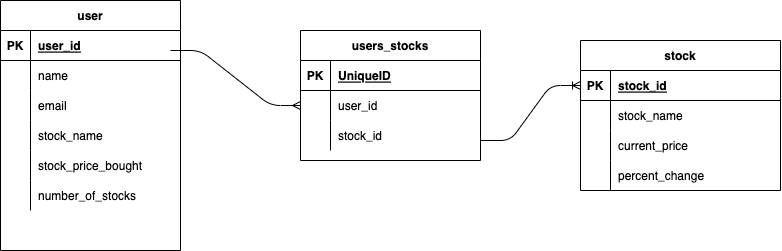
Earlier version of the draw.io export images/ERD.png (tylerchan33/StockTracker). Source tidied: cells renumbered, new cells last; positions are measured from the earlier drawing's top-left corner, leaving out a move shared by most shapes. Its diagram source:
```xml
<mxGraphModel>
  <root>
    <mxCell id="0" />
    <mxCell id="1" parent="0" />
    <mxCell id="2" value="user" style="shape=table;startSize=30;rowLines=0;fontStyle=1;align=center;" parent="1" vertex="1">
      <mxGeometry width="180" height="250" as="geometry" />
    </mxCell>
    <mxCell id="3" style="shape=partialRectangle;fillColor=none;top=0;left=0;bottom=1;right=0;points=[[0,0.5],[1,0.5]];portConstraint=eastwest;" parent="2" vertex="1">
      <mxGeometry y="30" width="180" height="30" as="geometry" />
    </mxCell>
    <mxCell id="4" value="PK" style="shape=partialRectangle;fillColor=none;top=0;left=0;bottom=0;right=0;fontStyle=1;overflow=hidden;" parent="3" vertex="1">
      <mxGeometry width="30" height="30" as="geometry" />
    </mxCell>
    <mxCell id="5" value="user_id" style="shape=partialRectangle;fillColor=none;top=0;left=0;bottom=0;right=0;align=left;spacingLeft=6;fontStyle=5;overflow=hidden;" parent="3" vertex="1">
      <mxGeometry x="30" width="150" height="30" as="geometry" />
    </mxCell>
    <mxCell id="6" style="shape=partialRectangle;fillColor=none;top=0;left=0;bottom=0;right=0;" parent="2" vertex="1">
      <mxGeometry y="60" width="180" height="30" as="geometry" />
    </mxCell>
    <mxCell id="7" style="shape=partialRectangle;fillColor=none;top=0;left=0;bottom=0;right=0;overflow=hidden;" parent="6" vertex="1">
      <mxGeometry width="30" height="30" as="geometry" />
    </mxCell>
    <mxCell id="8" value="name" style="shape=partialRectangle;fillColor=none;top=0;left=0;bottom=0;right=0;align=left;spacingLeft=6;overflow=hidden;" parent="6" vertex="1">
      <mxGeometry x="30" width="150" height="30" as="geometry" />
    </mxCell>
    <mxCell id="9" style="shape=partialRectangle;fillColor=none;top=0;left=0;bottom=0;right=0;" parent="2" vertex="1">
      <mxGeometry y="90" width="180" height="30" as="geometry" />
    </mxCell>
    <mxCell id="10" style="shape=partialRectangle;fillColor=none;top=0;left=0;bottom=0;right=0;overflow=hidden;" parent="9" vertex="1">
      <mxGeometry width="30" height="30" as="geometry" />
    </mxCell>
    <mxCell id="11" value="email" style="shape=partialRectangle;fillColor=none;top=0;left=0;bottom=0;right=0;align=left;spacingLeft=6;overflow=hidden;" parent="9" vertex="1">
      <mxGeometry x="30" width="150" height="30" as="geometry" />
    </mxCell>
    <mxCell id="12" style="shape=partialRectangle;fillColor=none;top=0;left=0;bottom=0;right=0;" parent="2" vertex="1">
      <mxGeometry y="120" width="180" height="30" as="geometry" />
    </mxCell>
    <mxCell id="13" style="shape=partialRectangle;fillColor=none;top=0;left=0;bottom=0;right=0;overflow=hidden;" parent="12" vertex="1">
      <mxGeometry width="30" height="30" as="geometry" />
    </mxCell>
    <mxCell id="14" value="stock_name" style="shape=partialRectangle;fillColor=none;top=0;left=0;bottom=0;right=0;align=left;spacingLeft=6;overflow=hidden;" parent="12" vertex="1">
      <mxGeometry x="30" width="150" height="30" as="geometry" />
    </mxCell>
    <mxCell id="15" style="shape=partialRectangle;fillColor=none;top=0;left=0;bottom=0;right=0;" parent="2" vertex="1">
      <mxGeometry y="150" width="180" height="30" as="geometry" />
    </mxCell>
    <mxCell id="16" style="shape=partialRectangle;fillColor=none;top=0;left=0;bottom=0;right=0;overflow=hidden;" parent="15" vertex="1">
      <mxGeometry width="30" height="30" as="geometry" />
    </mxCell>
    <mxCell id="17" value="stock_price_bought" style="shape=partialRectangle;fillColor=none;top=0;left=0;bottom=0;right=0;align=left;spacingLeft=6;overflow=hidden;" parent="15" vertex="1">
      <mxGeometry x="30" width="150" height="30" as="geometry" />
    </mxCell>
    <mxCell id="18" style="shape=partialRectangle;fillColor=none;top=0;left=0;bottom=0;right=0;" parent="2" vertex="1">
      <mxGeometry y="180" width="180" height="30" as="geometry" />
    </mxCell>
    <mxCell id="19" style="shape=partialRectangle;fillColor=none;top=0;left=0;bottom=0;right=0;overflow=hidden;" parent="18" vertex="1">
      <mxGeometry width="30" height="30" as="geometry" />
    </mxCell>
    <mxCell id="20" value="number_of_stocks" style="shape=partialRectangle;fillColor=none;top=0;left=0;bottom=0;right=0;align=left;spacingLeft=6;overflow=hidden;" parent="18" vertex="1">
      <mxGeometry x="30" width="150" height="30" as="geometry" />
    </mxCell>
    <mxCell id="21" value="stock" style="shape=table;startSize=30;rowLines=0;fontStyle=1;align=center;" parent="1" vertex="1">
      <mxGeometry x="580" y="40" width="200" height="150" as="geometry" />
    </mxCell>
    <mxCell id="22" style="shape=partialRectangle;fillColor=none;top=0;left=0;bottom=1;right=0;points=[[0,0.5],[1,0.5]];portConstraint=eastwest;" parent="21" vertex="1">
      <mxGeometry y="30" width="200" height="30" as="geometry" />
    </mxCell>
    <mxCell id="23" value="PK" style="shape=partialRectangle;fillColor=none;top=0;left=0;bottom=0;right=0;fontStyle=1;overflow=hidden;" parent="22" vertex="1">
      <mxGeometry width="30" height="30" as="geometry" />
    </mxCell>
    <mxCell id="24" value="stock_id" style="shape=partialRectangle;fillColor=none;top=0;left=0;bottom=0;right=0;align=left;spacingLeft=6;fontStyle=5;overflow=hidden;" parent="22" vertex="1">
      <mxGeometry x="30" width="170" height="30" as="geometry" />
    </mxCell>
    <mxCell id="25" style="shape=partialRectangle;fillColor=none;top=0;left=0;bottom=0;right=0;" parent="21" vertex="1">
      <mxGeometry y="60" width="200" height="30" as="geometry" />
    </mxCell>
    <mxCell id="26" style="shape=partialRectangle;fillColor=none;top=0;left=0;bottom=0;right=0;overflow=hidden;" parent="25" vertex="1">
      <mxGeometry width="30" height="30" as="geometry" />
    </mxCell>
    <mxCell id="27" value="stock_name" style="shape=partialRectangle;fillColor=none;top=0;left=0;bottom=0;right=0;align=left;spacingLeft=6;overflow=hidden;" parent="25" vertex="1">
      <mxGeometry x="30" width="170" height="30" as="geometry" />
    </mxCell>
    <mxCell id="28" style="shape=partialRectangle;fillColor=none;top=0;left=0;bottom=0;right=0;" parent="21" vertex="1">
      <mxGeometry y="90" width="200" height="30" as="geometry" />
    </mxCell>
    <mxCell id="29" style="shape=partialRectangle;fillColor=none;top=0;left=0;bottom=0;right=0;overflow=hidden;" parent="28" vertex="1">
      <mxGeometry width="30" height="30" as="geometry" />
    </mxCell>
    <mxCell id="30" value="current_price" style="shape=partialRectangle;fillColor=none;top=0;left=0;bottom=0;right=0;align=left;spacingLeft=6;overflow=hidden;" parent="28" vertex="1">
      <mxGeometry x="30" width="170" height="30" as="geometry" />
    </mxCell>
    <mxCell id="31" style="shape=partialRectangle;fillColor=none;top=0;left=0;bottom=0;right=0;" parent="21" vertex="1">
      <mxGeometry y="120" width="200" height="30" as="geometry" />
    </mxCell>
    <mxCell id="32" style="shape=partialRectangle;fillColor=none;top=0;left=0;bottom=0;right=0;overflow=hidden;" parent="31" vertex="1">
      <mxGeometry width="30" height="30" as="geometry" />
    </mxCell>
    <mxCell id="33" value="percent_change" style="shape=partialRectangle;fillColor=none;top=0;left=0;bottom=0;right=0;align=left;spacingLeft=6;overflow=hidden;" parent="31" vertex="1">
      <mxGeometry x="30" width="170" height="30" as="geometry" />
    </mxCell>
    <mxCell id="34" value="users_stocks" style="shape=table;startSize=30;rowLines=0;fontStyle=1;align=center;" parent="1" vertex="1">
      <mxGeometry x="300" y="30" width="180" height="130" as="geometry" />
    </mxCell>
    <mxCell id="35" style="shape=partialRectangle;fillColor=none;top=0;left=0;bottom=1;right=0;" parent="34" vertex="1">
      <mxGeometry y="30" width="180" height="30" as="geometry" />
    </mxCell>
    <mxCell id="36" value="PK" style="shape=partialRectangle;fillColor=none;top=0;left=0;bottom=0;right=0;fontStyle=1;overflow=hidden;" parent="35" vertex="1">
      <mxGeometry width="30" height="30" as="geometry" />
    </mxCell>
    <mxCell id="37" value="UniqueID" style="shape=partialRectangle;fillColor=none;top=0;left=0;bottom=0;right=0;align=left;spacingLeft=6;fontStyle=5;overflow=hidden;" parent="35" vertex="1">
      <mxGeometry x="30" width="150" height="30" as="geometry" />
    </mxCell>
    <mxCell id="38" style="shape=partialRectangle;fillColor=none;top=0;left=0;bottom=0;right=0;points=[[0,0.5],[1,0.5]];portConstraint=eastwest;" parent="34" vertex="1">
      <mxGeometry y="60" width="180" height="30" as="geometry" />
    </mxCell>
    <mxCell id="39" style="shape=partialRectangle;fillColor=none;top=0;left=0;bottom=0;right=0;overflow=hidden;" parent="38" vertex="1">
      <mxGeometry width="30" height="30" as="geometry" />
    </mxCell>
    <mxCell id="40" value="user_id" style="shape=partialRectangle;fillColor=none;top=0;left=0;bottom=0;right=0;align=left;spacingLeft=6;overflow=hidden;" parent="38" vertex="1">
      <mxGeometry x="30" width="150" height="30" as="geometry" />
    </mxCell>
    <mxCell id="41" style="shape=partialRectangle;fillColor=none;top=0;left=0;bottom=0;right=0;" parent="34" vertex="1">
      <mxGeometry y="90" width="180" height="30" as="geometry" />
    </mxCell>
    <mxCell id="42" style="shape=partialRectangle;fillColor=none;top=0;left=0;bottom=0;right=0;overflow=hidden;" parent="41" vertex="1">
      <mxGeometry width="30" height="30" as="geometry" />
    </mxCell>
    <mxCell id="43" value="stock_id" style="shape=partialRectangle;fillColor=none;top=0;left=0;bottom=0;right=0;align=left;spacingLeft=6;overflow=hidden;" parent="41" vertex="1">
      <mxGeometry x="30" width="150" height="30" as="geometry" />
    </mxCell>
    <mxCell id="44" style="edgeStyle=entityRelationEdgeStyle;fontSize=12;html=1;endArrow=ERmany;endFill=0;entryX=0;entryY=0.5;entryDx=0;entryDy=0;" parent="1" edge="1" target="38">
      <mxGeometry relative="1" as="geometry">
        <mxPoint x="170" y="50" as="sourcePoint" />
      </mxGeometry>
    </mxCell>
    <mxCell id="45" style="edgeStyle=entityRelationEdgeStyle;fontSize=12;html=1;endArrow=ERoneToMany;" parent="1" edge="1" target="22">
      <mxGeometry relative="1" as="geometry">
        <mxPoint x="480" y="140" as="sourcePoint" />
      </mxGeometry>
    </mxCell>
  </root>
</mxGraphModel>
```
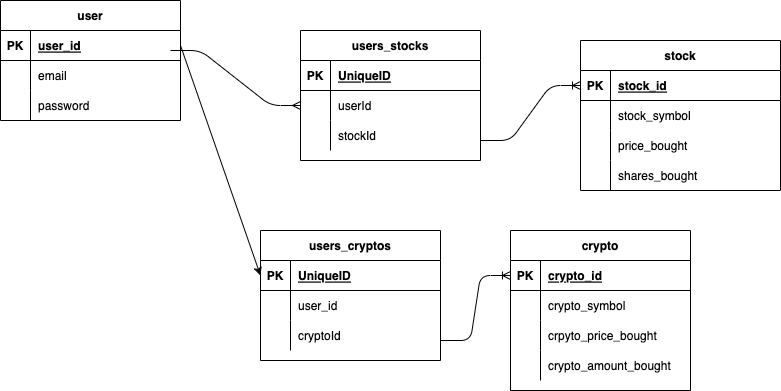
After the commit.

Diff of the diagram source:
```diff
@@ -3,7 +3,7 @@
     <mxCell id="0" />
     <mxCell id="1" parent="0" />
     <mxCell id="2" value="user" style="shape=table;startSize=30;rowLines=0;fontStyle=1;align=center;" parent="1" vertex="1">
-      <mxGeometry width="180" height="250" as="geometry" />
+      <mxGeometry width="180" height="120" as="geometry" />
     </mxCell>
     <mxCell id="3" style="shape=partialRectangle;fillColor=none;top=0;left=0;bottom=1;right=0;points=[[0,0.5],[1,0.5]];portConstraint=eastwest;" parent="2" vertex="1">
       <mxGeometry y="30" width="180" height="30" as="geometry" />
@@ -20,7 +20,7 @@
     <mxCell id="7" style="shape=partialRectangle;fillColor=none;top=0;left=0;bottom=0;right=0;overflow=hidden;" parent="6" vertex="1">
       <mxGeometry width="30" height="30" as="geometry" />
     </mxCell>
-    <mxCell id="8" value="name" style="shape=partialRectangle;fillColor=none;top=0;left=0;bottom=0;right=0;align=left;spacingLeft=6;overflow=hidden;" parent="6" vertex="1">
+    <mxCell id="8" value="email" style="shape=partialRectangle;fillColor=none;top=0;left=0;bottom=0;right=0;align=left;spacingLeft=6;overflow=hidden;" parent="6" vertex="1">
       <mxGeometry x="30" width="150" height="30" as="geometry" />
     </mxCell>
     <mxCell id="9" style="shape=partialRectangle;fillColor=none;top=0;left=0;bottom=0;right=0;" parent="2" vertex="1">
@@ -29,36 +29,9 @@
     <mxCell id="10" style="shape=partialRectangle;fillColor=none;top=0;left=0;bottom=0;right=0;overflow=hidden;" parent="9" vertex="1">
       <mxGeometry width="30" height="30" as="geometry" />
     </mxCell>
-    <mxCell id="11" value="email" style="shape=partialRectangle;fillColor=none;top=0;left=0;bottom=0;right=0;align=left;spacingLeft=6;overflow=hidden;" parent="9" vertex="1">
+    <mxCell id="11" value="password" style="shape=partialRectangle;fillColor=none;top=0;left=0;bottom=0;right=0;align=left;spacingLeft=6;overflow=hidden;" parent="9" vertex="1">
       <mxGeometry x="30" width="150" height="30" as="geometry" />
     </mxCell>
-    <mxCell id="12" style="shape=partialRectangle;fillColor=none;top=0;left=0;bottom=0;right=0;" parent="2" vertex="1">
-      <mxGeometry y="120" width="180" height="30" as="geometry" />
-    </mxCell>
-    <mxCell id="13" style="shape=partialRectangle;fillColor=none;top=0;left=0;bottom=0;right=0;overflow=hidden;" parent="12" vertex="1">
-      <mxGeometry width="30" height="30" as="geometry" />
-    </mxCell>
-    <mxCell id="14" value="stock_name" style="shape=partialRectangle;fillColor=none;top=0;left=0;bottom=0;right=0;align=left;spacingLeft=6;overflow=hidden;" parent="12" vertex="1">
-      <mxGeometry x="30" width="150" height="30" as="geometry" />
-    </mxCell>
-    <mxCell id="15" style="shape=partialRectangle;fillColor=none;top=0;left=0;bottom=0;right=0;" parent="2" vertex="1">
-      <mxGeometry y="150" width="180" height="30" as="geometry" />
-    </mxCell>
-    <mxCell id="16" style="shape=partialRectangle;fillColor=none;top=0;left=0;bottom=0;right=0;overflow=hidden;" parent="15" vertex="1">
-      <mxGeometry width="30" height="30" as="geometry" />
-    </mxCell>
-    <mxCell id="17" value="stock_price_bought" style="shape=partialRectangle;fillColor=none;top=0;left=0;bottom=0;right=0;align=left;spacingLeft=6;overflow=hidden;" parent="15" vertex="1">
-      <mxGeometry x="30" width="150" height="30" as="geometry" />
-    </mxCell>
-    <mxCell id="18" style="shape=partialRectangle;fillColor=none;top=0;left=0;bottom=0;right=0;" parent="2" vertex="1">
-      <mxGeometry y="180" width="180" height="30" as="geometry" />
-    </mxCell>
-    <mxCell id="19" style="shape=partialRectangle;fillColor=none;top=0;left=0;bottom=0;right=0;overflow=hidden;" parent="18" vertex="1">
-      <mxGeometry width="30" height="30" as="geometry" />
-    </mxCell>
-    <mxCell id="20" value="number_of_stocks" style="shape=partialRectangle;fillColor=none;top=0;left=0;bottom=0;right=0;align=left;spacingLeft=6;overflow=hidden;" parent="18" vertex="1">
-      <mxGeometry x="30" width="150" height="30" as="geometry" />
-    </mxCell>
     <mxCell id="21" value="stock" style="shape=table;startSize=30;rowLines=0;fontStyle=1;align=center;" parent="1" vertex="1">
       <mxGeometry x="580" y="40" width="200" height="150" as="geometry" />
     </mxCell>
@@ -77,7 +50,7 @@
     <mxCell id="26" style="shape=partialRectangle;fillColor=none;top=0;left=0;bottom=0;right=0;overflow=hidden;" parent="25" vertex="1">
       <mxGeometry width="30" height="30" as="geometry" />
     </mxCell>
-    <mxCell id="27" value="stock_name" style="shape=partialRectangle;fillColor=none;top=0;left=0;bottom=0;right=0;align=left;spacingLeft=6;overflow=hidden;" parent="25" vertex="1">
+    <mxCell id="27" value="stock_symbol" style="shape=partialRectangle;fillColor=none;top=0;left=0;bottom=0;right=0;align=left;spacingLeft=6;overflow=hidden;" parent="25" vertex="1">
       <mxGeometry x="30" width="170" height="30" as="geometry" />
     </mxCell>
     <mxCell id="28" style="shape=partialRectangle;fillColor=none;top=0;left=0;bottom=0;right=0;" parent="21" vertex="1">
@@ -86,7 +59,7 @@
     <mxCell id="29" style="shape=partialRectangle;fillColor=none;top=0;left=0;bottom=0;right=0;overflow=hidden;" parent="28" vertex="1">
       <mxGeometry width="30" height="30" as="geometry" />
     </mxCell>
-    <mxCell id="30" value="current_price" style="shape=partialRectangle;fillColor=none;top=0;left=0;bottom=0;right=0;align=left;spacingLeft=6;overflow=hidden;" parent="28" vertex="1">
+    <mxCell id="30" value="price_bought" style="shape=partialRectangle;fillColor=none;top=0;left=0;bottom=0;right=0;align=left;spacingLeft=6;overflow=hidden;" parent="28" vertex="1">
       <mxGeometry x="30" width="170" height="30" as="geometry" />
     </mxCell>
     <mxCell id="31" style="shape=partialRectangle;fillColor=none;top=0;left=0;bottom=0;right=0;" parent="21" vertex="1">
@@ -95,7 +68,7 @@
     <mxCell id="32" style="shape=partialRectangle;fillColor=none;top=0;left=0;bottom=0;right=0;overflow=hidden;" parent="31" vertex="1">
       <mxGeometry width="30" height="30" as="geometry" />
     </mxCell>
-    <mxCell id="33" value="percent_change" style="shape=partialRectangle;fillColor=none;top=0;left=0;bottom=0;right=0;align=left;spacingLeft=6;overflow=hidden;" parent="31" vertex="1">
+    <mxCell id="33" value="shares_bought" style="shape=partialRectangle;fillColor=none;top=0;left=0;bottom=0;right=0;align=left;spacingLeft=6;overflow=hidden;" parent="31" vertex="1">
       <mxGeometry x="30" width="170" height="30" as="geometry" />
     </mxCell>
     <mxCell id="34" value="users_stocks" style="shape=table;startSize=30;rowLines=0;fontStyle=1;align=center;" parent="1" vertex="1">
@@ -116,7 +89,7 @@
     <mxCell id="39" style="shape=partialRectangle;fillColor=none;top=0;left=0;bottom=0;right=0;overflow=hidden;" parent="38" vertex="1">
       <mxGeometry width="30" height="30" as="geometry" />
     </mxCell>
-    <mxCell id="40" value="user_id" style="shape=partialRectangle;fillColor=none;top=0;left=0;bottom=0;right=0;align=left;spacingLeft=6;overflow=hidden;" parent="38" vertex="1">
+    <mxCell id="40" value="userId" style="shape=partialRectangle;fillColor=none;top=0;left=0;bottom=0;right=0;align=left;spacingLeft=6;overflow=hidden;" parent="38" vertex="1">
       <mxGeometry x="30" width="150" height="30" as="geometry" />
     </mxCell>
     <mxCell id="41" style="shape=partialRectangle;fillColor=none;top=0;left=0;bottom=0;right=0;" parent="34" vertex="1">
@@ -125,7 +98,7 @@
     <mxCell id="42" style="shape=partialRectangle;fillColor=none;top=0;left=0;bottom=0;right=0;overflow=hidden;" parent="41" vertex="1">
       <mxGeometry width="30" height="30" as="geometry" />
     </mxCell>
-    <mxCell id="43" value="stock_id" style="shape=partialRectangle;fillColor=none;top=0;left=0;bottom=0;right=0;align=left;spacingLeft=6;overflow=hidden;" parent="41" vertex="1">
+    <mxCell id="43" value="stockId" style="shape=partialRectangle;fillColor=none;top=0;left=0;bottom=0;right=0;align=left;spacingLeft=6;overflow=hidden;" parent="41" vertex="1">
       <mxGeometry x="30" width="150" height="30" as="geometry" />
     </mxCell>
     <mxCell id="44" style="edgeStyle=entityRelationEdgeStyle;fontSize=12;html=1;endArrow=ERmany;endFill=0;entryX=0;entryY=0.5;entryDx=0;entryDy=0;" parent="1" edge="1" target="38">
@@ -138,5 +111,82 @@
         <mxPoint x="480" y="140" as="sourcePoint" />
       </mxGeometry>
     </mxCell>
+    <mxCell id="46" value="crypto" style="shape=table;startSize=30;rowLines=0;fontStyle=1;align=center;" parent="1" vertex="1">
+      <mxGeometry x="510" y="230" width="180" height="160" as="geometry" />
+    </mxCell>
+    <mxCell id="47" style="shape=partialRectangle;fillColor=none;top=0;left=0;bottom=1;right=0;points=[[0,0.5],[1,0.5]];portConstraint=eastwest;" parent="46" vertex="1">
+      <mxGeometry y="30" width="180" height="30" as="geometry" />
+    </mxCell>
+    <mxCell id="48" value="PK" style="shape=partialRectangle;fillColor=none;top=0;left=0;bottom=0;right=0;fontStyle=1;overflow=hidden;" parent="47" vertex="1">
+      <mxGeometry width="30" height="30" as="geometry" />
+    </mxCell>
+    <mxCell id="49" value="crypto_id" style="shape=partialRectangle;fillColor=none;top=0;left=0;bottom=0;right=0;align=left;spacingLeft=6;fontStyle=5;overflow=hidden;" parent="47" vertex="1">
+      <mxGeometry x="30" width="150" height="30" as="geometry" />
+    </mxCell>
+    <mxCell id="50" style="shape=partialRectangle;fillColor=none;top=0;left=0;bottom=0;right=0;" parent="46" vertex="1">
+      <mxGeometry y="60" width="180" height="30" as="geometry" />
+    </mxCell>
+    <mxCell id="51" style="shape=partialRectangle;fillColor=none;top=0;left=0;bottom=0;right=0;overflow=hidden;" parent="50" vertex="1">
+      <mxGeometry width="30" height="30" as="geometry" />
+    </mxCell>
+    <mxCell id="52" value="crypto_symbol" style="shape=partialRectangle;fillColor=none;top=0;left=0;bottom=0;right=0;align=left;spacingLeft=6;overflow=hidden;" parent="50" vertex="1">
+      <mxGeometry x="30" width="150" height="30" as="geometry" />
+    </mxCell>
+    <mxCell id="53" style="shape=partialRectangle;fillColor=none;top=0;left=0;bottom=0;right=0;" parent="46" vertex="1">
+      <mxGeometry y="90" width="180" height="30" as="geometry" />
+    </mxCell>
+    <mxCell id="54" style="shape=partialRectangle;fillColor=none;top=0;left=0;bottom=0;right=0;overflow=hidden;" parent="53" vertex="1">
+      <mxGeometry width="30" height="30" as="geometry" />
+    </mxCell>
+    <mxCell id="55" value="crpyto_price_bought" style="shape=partialRectangle;fillColor=none;top=0;left=0;bottom=0;right=0;align=left;spacingLeft=6;overflow=hidden;" parent="53" vertex="1">
+      <mxGeometry x="30" width="150" height="30" as="geometry" />
+    </mxCell>
+    <mxCell id="12" style="shape=partialRectangle;fillColor=none;top=0;left=0;bottom=0;right=0;" parent="46" vertex="1">
+      <mxGeometry y="120" width="180" height="30" as="geometry" />
+    </mxCell>
+    <mxCell id="56" style="shape=partialRectangle;fillColor=none;top=0;left=0;bottom=0;right=0;overflow=hidden;" parent="12" vertex="1">
+      <mxGeometry width="30" height="30" as="geometry" />
+    </mxCell>
+    <mxCell id="57" value="crypto_amount_bought" style="shape=partialRectangle;fillColor=none;top=0;left=0;bottom=0;right=0;align=left;spacingLeft=6;overflow=hidden;" parent="12" vertex="1">
+      <mxGeometry x="30" width="150" height="30" as="geometry" />
+    </mxCell>
+    <mxCell id="58" value="users_cryptos" style="shape=table;startSize=30;rowLines=0;fontStyle=1;align=center;" parent="1" vertex="1">
+      <mxGeometry x="260" y="230" width="180" height="130" as="geometry" />
+    </mxCell>
+    <mxCell id="59" style="shape=partialRectangle;fillColor=none;top=0;left=0;bottom=1;right=0;points=[[0,0.5],[1,0.5]];portConstraint=eastwest;" parent="58" vertex="1">
+      <mxGeometry y="30" width="180" height="30" as="geometry" />
+    </mxCell>
+    <mxCell id="60" value="PK" style="shape=partialRectangle;fillColor=none;top=0;left=0;bottom=0;right=0;fontStyle=1;overflow=hidden;" parent="59" vertex="1">
+      <mxGeometry width="30" height="30" as="geometry" />
+    </mxCell>
+    <mxCell id="61" value="UniqueID" style="shape=partialRectangle;fillColor=none;top=0;left=0;bottom=0;right=0;align=left;spacingLeft=6;fontStyle=5;overflow=hidden;" parent="59" vertex="1">
+      <mxGeometry x="30" width="150" height="30" as="geometry" />
+    </mxCell>
+    <mxCell id="62" style="shape=partialRectangle;fillColor=none;top=0;left=0;bottom=0;right=0;" parent="58" vertex="1">
+      <mxGeometry y="60" width="180" height="30" as="geometry" />
+    </mxCell>
+    <mxCell id="63" style="shape=partialRectangle;fillColor=none;top=0;left=0;bottom=0;right=0;overflow=hidden;" parent="62" vertex="1">
+      <mxGeometry width="30" height="30" as="geometry" />
+    </mxCell>
+    <mxCell id="64" value="user_id" style="shape=partialRectangle;fillColor=none;top=0;left=0;bottom=0;right=0;align=left;spacingLeft=6;overflow=hidden;" parent="62" vertex="1">
+      <mxGeometry x="30" width="150" height="30" as="geometry" />
+    </mxCell>
+    <mxCell id="65" style="shape=partialRectangle;fillColor=none;top=0;left=0;bottom=0;right=0;" parent="58" vertex="1">
+      <mxGeometry y="90" width="180" height="30" as="geometry" />
+    </mxCell>
+    <mxCell id="66" style="shape=partialRectangle;fillColor=none;top=0;left=0;bottom=0;right=0;overflow=hidden;" parent="65" vertex="1">
+      <mxGeometry width="30" height="30" as="geometry" />
+    </mxCell>
+    <mxCell id="67" value="cryptoId" style="shape=partialRectangle;fillColor=none;top=0;left=0;bottom=0;right=0;align=left;spacingLeft=6;overflow=hidden;" parent="65" vertex="1">
+      <mxGeometry x="30" width="150" height="30" as="geometry" />
+    </mxCell>
+    <mxCell id="68" style="edgeStyle=entityRelationEdgeStyle;fontSize=12;html=1;endArrow=ERoneToMany;entryX=0;entryY=0.5;entryDx=0;entryDy=0;" parent="1" edge="1" target="47">
+      <mxGeometry relative="1" as="geometry">
+        <mxPoint x="440" y="340" as="sourcePoint" />
+      </mxGeometry>
+    </mxCell>
+    <mxCell id="69" style="edgeStyle=none;html=1;exitX=1;exitY=0.5;exitDx=0;exitDy=0;entryX=0;entryY=0.5;entryDx=0;entryDy=0;" parent="1" edge="1" source="3" target="59">
+      <mxGeometry relative="1" as="geometry" />
+    </mxCell>
   </root>
 </mxGraphModel>
```
